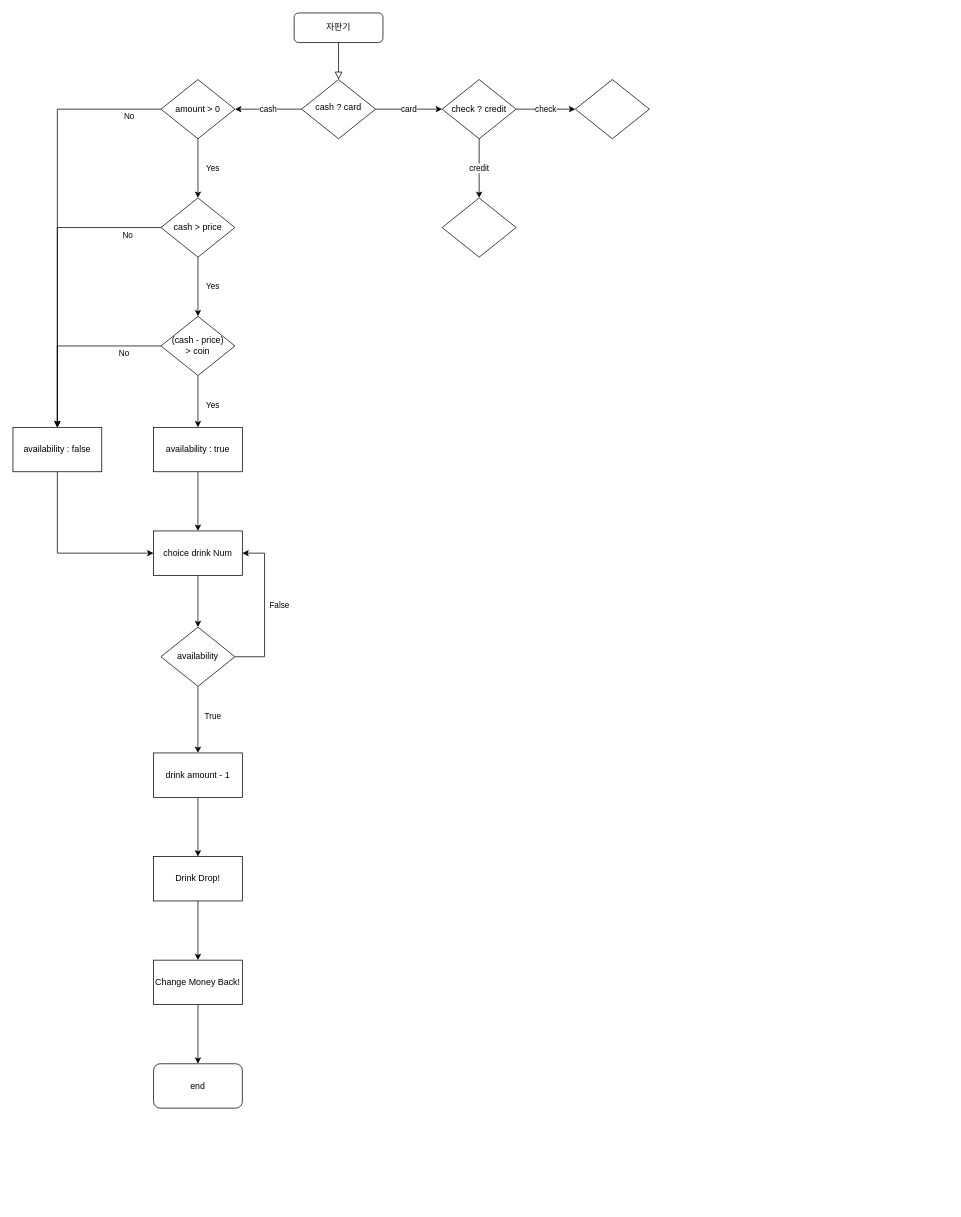
Above: Untitled Diagram.drawio in AbyulStudy/barogo (draw.io), before the change. Source tidied: cells renumbered, new cells numbered last; positions are measured from the earlier drawing's top-left corner, leaving out a move shared by most shapes. Both pictures are drawn from the tidied source at 74%, with x=0, y=0 at pixel (13, 13).
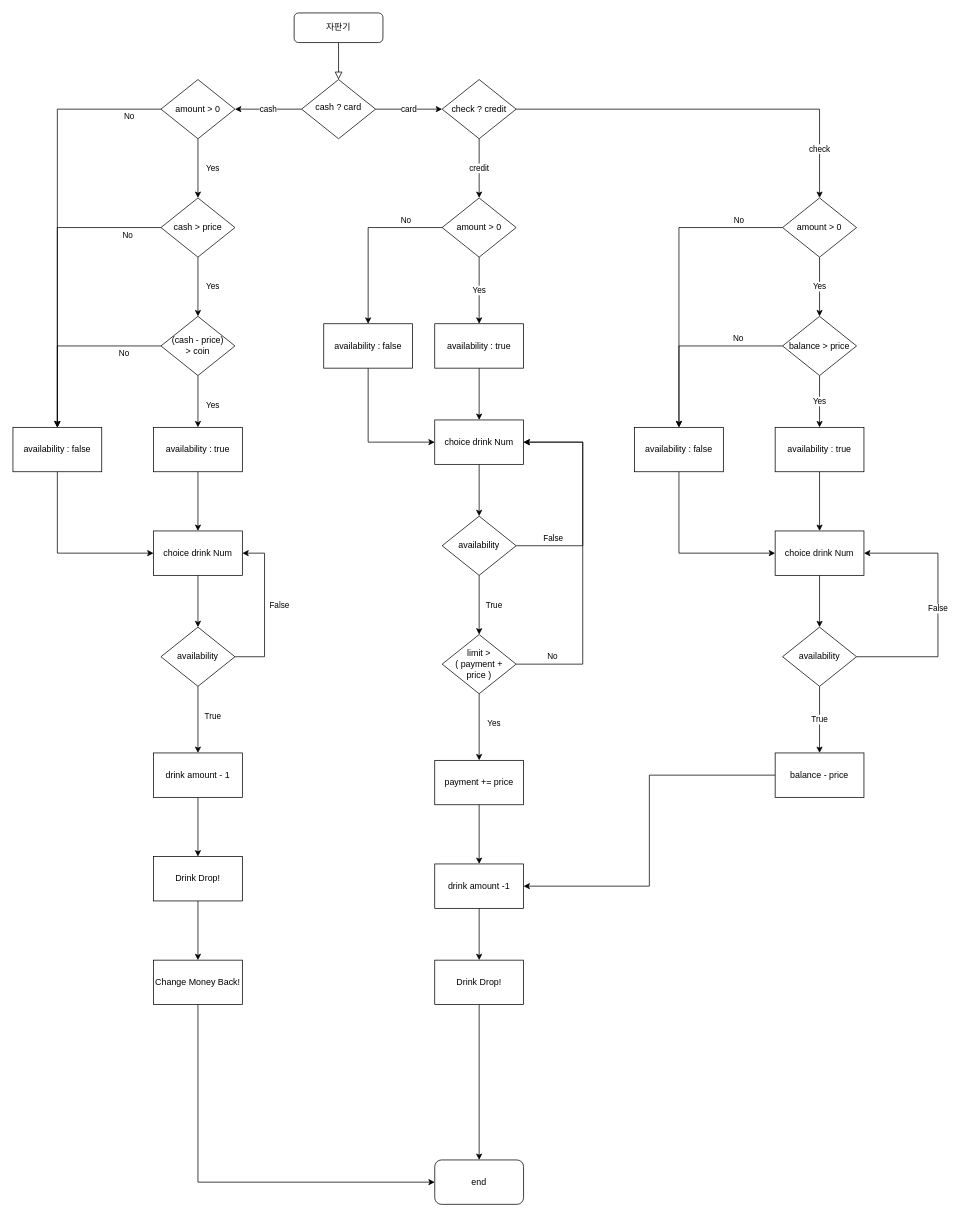
After the change.

The change refers to these unchanged cells:
```xml
<mxCell id="30" value="Change Money Back!" style="whiteSpace=wrap;html=1;" parent="1" vertex="1">
  <mxGeometry x="190" y="1280" width="120" height="60" as="geometry" />
</mxCell>
<mxCell id="34" value="check ? credit" style="rhombus;whiteSpace=wrap;html=1;" parent="1" vertex="1">
  <mxGeometry x="580" y="90" width="100" height="80" as="geometry" />
</mxCell>
```

What changed in the source:
```diff
@@
     <mxCell id="29" style="edgeStyle=orthogonalEdgeStyle;rounded=0;jettySize=auto;html=1;" parent="1" edge="1" source="30" target="31">
-      <mxGeometry relative="1" as="geometry" />
+      <mxGeometry relative="1" as="geometry">
+        <Array as="points">
+          <mxPoint x="250" y="1580" />
+        </Array>
+      </mxGeometry>
     </mxCell>
@@
     <mxCell id="31" value="end" style="rounded=1;whiteSpace=wrap;html=1;" parent="1" vertex="1">
-      <mxGeometry x="190" y="1420" width="120" height="60" as="geometry" />
+      <mxGeometry x="570" y="1550" width="120" height="60" as="geometry" />
     </mxCell>
@@
-    <mxCell id="33" value="check" style="edgeStyle=orthogonalEdgeStyle;rounded=0;jettySize=auto;html=1;" parent="1" edge="1" source="34" target="36">
-      <mxGeometry relative="1" as="geometry" />
+    <mxCell id="33" value="check" style="edgeStyle=orthogonalEdgeStyle;rounded=0;jettySize=auto;html=1;entryX=0.5;entryY=0;entryDx=0;entryDy=0;" parent="1" edge="1" source="34" target="59">
+      <mxGeometry x="0.75" relative="1" as="geometry" />
     </mxCell>
@@
+    <mxCell id="37" value="Yes" style="edgeStyle=orthogonalEdgeStyle;rounded=0;jettySize=auto;html=1;" parent="1" edge="1" source="35" target="40">
+      <mxGeometry relative="1" as="geometry" />
+    </mxCell>
+    <mxCell id="38" value="No" style="edgeStyle=orthogonalEdgeStyle;rounded=0;jettySize=auto;html=1;" parent="1" edge="1" source="35" target="42">
+      <mxGeometry x="-0.57" y="-10" relative="1" as="geometry" />
+    </mxCell>
-    <mxCell id="35" style="rhombus;whiteSpace=wrap;html=1;" parent="1" vertex="1">
+    <mxCell id="35" value="amount &amp;gt; 0" style="rhombus;whiteSpace=wrap;html=1;" parent="1" vertex="1">
       <mxGeometry x="580" y="250" width="100" height="80" as="geometry" />
     </mxCell>
-    <mxCell id="36" style="rhombus;whiteSpace=wrap;html=1;" parent="1" vertex="1">
-      <mxGeometry x="760" y="90" width="100" height="80" as="geometry" />
-    </mxCell>
+    <mxCell id="39" style="edgeStyle=orthogonalEdgeStyle;rounded=0;jettySize=auto;html=1;entryX=0.5;entryY=0;entryDx=0;entryDy=0;" parent="1" edge="1" source="40" target="44">
+      <mxGeometry relative="1" as="geometry" />
+    </mxCell>
+    <mxCell id="40" value="&lt;span&gt;availability : true&lt;/span&gt;" style="whiteSpace=wrap;html=1;" parent="1" vertex="1">
+      <mxGeometry x="570" y="420" width="120" height="60" as="geometry" />
+    </mxCell>
+    <mxCell id="41" style="edgeStyle=orthogonalEdgeStyle;rounded=0;jettySize=auto;html=1;entryX=0;entryY=0.5;entryDx=0;entryDy=0;exitX=0.5;exitY=1;exitDx=0;exitDy=0;" parent="1" edge="1" source="42" target="44">
+      <mxGeometry relative="1" as="geometry" />
+    </mxCell>
+    <mxCell id="42" value="&lt;span style=&quot;font-family: &amp;#34;helvetica&amp;#34;&quot;&gt;availability : false&lt;/span&gt;" style="whiteSpace=wrap;html=1;" parent="1" vertex="1">
+      <mxGeometry x="420" y="420" width="120" height="60" as="geometry" />
+    </mxCell>
+    <mxCell id="43" style="edgeStyle=orthogonalEdgeStyle;rounded=0;jettySize=auto;html=1;" parent="1" edge="1" source="44" target="47">
+      <mxGeometry relative="1" as="geometry" />
+    </mxCell>
+    <mxCell id="44" value="choice drink Num" style="whiteSpace=wrap;html=1;" parent="1" vertex="1">
+      <mxGeometry x="570" y="550" width="120" height="60" as="geometry" />
+    </mxCell>
+    <mxCell id="45" value="False" style="edgeStyle=orthogonalEdgeStyle;rounded=0;jettySize=auto;html=1;exitX=1;exitY=0.5;exitDx=0;exitDy=0;entryX=1;entryY=0.5;entryDx=0;entryDy=0;" parent="1" edge="1" source="47" target="44">
+      <mxGeometry x="-0.68" y="10" relative="1" as="geometry">
+        <Array as="points">
+          <mxPoint x="770" y="720" />
+          <mxPoint x="770" y="580" />
+        </Array>
+      </mxGeometry>
+    </mxCell>
+    <mxCell id="46" value="True" style="edgeStyle=orthogonalEdgeStyle;rounded=0;jettySize=auto;html=1;" parent="1" edge="1" source="47" target="50">
+      <mxGeometry y="20" relative="1" as="geometry" />
+    </mxCell>
+    <mxCell id="47" value="availability" style="rhombus;whiteSpace=wrap;html=1;" parent="1" vertex="1">
+      <mxGeometry x="580" y="680" width="100" height="80" as="geometry" />
+    </mxCell>
+    <mxCell id="48" value="No" style="edgeStyle=orthogonalEdgeStyle;rounded=0;jettySize=auto;html=1;entryX=1;entryY=0.5;entryDx=0;entryDy=0;" parent="1" edge="1" source="50" target="44">
+      <mxGeometry x="-0.79" y="10" relative="1" as="geometry">
+        <Array as="points">
+          <mxPoint x="770" y="880" />
+          <mxPoint x="770" y="580" />
+        </Array>
+      </mxGeometry>
+    </mxCell>
+    <mxCell id="49" value="Yes" style="edgeStyle=orthogonalEdgeStyle;rounded=0;jettySize=auto;html=1;" parent="1" edge="1" source="50" target="52">
+      <mxGeometry x="-0.11" y="20" relative="1" as="geometry" />
+    </mxCell>
+    <mxCell id="50" value="limit &amp;gt;&lt;br&gt;( payment +&lt;br&gt;price )" style="rhombus;whiteSpace=wrap;html=1;" parent="1" vertex="1">
+      <mxGeometry x="580" y="840" width="100" height="80" as="geometry" />
+    </mxCell>
+    <mxCell id="51" style="edgeStyle=orthogonalEdgeStyle;rounded=0;jettySize=auto;html=1;" parent="1" edge="1" source="52" target="54">
+      <mxGeometry relative="1" as="geometry" />
+    </mxCell>
+    <mxCell id="52" value="payment += price" style="whiteSpace=wrap;html=1;" parent="1" vertex="1">
+      <mxGeometry x="570" y="1010" width="120" height="60" as="geometry" />
+    </mxCell>
+    <mxCell id="53" style="edgeStyle=orthogonalEdgeStyle;rounded=0;jettySize=auto;html=1;" parent="1" edge="1" source="54" target="56">
+      <mxGeometry relative="1" as="geometry" />
+    </mxCell>
+    <mxCell id="54" value="drink amount -1" style="whiteSpace=wrap;html=1;" parent="1" vertex="1">
+      <mxGeometry x="570" y="1150" width="120" height="60" as="geometry" />
+    </mxCell>
+    <mxCell id="55" style="edgeStyle=orthogonalEdgeStyle;rounded=0;jettySize=auto;html=1;entryX=0.5;entryY=0;entryDx=0;entryDy=0;" parent="1" edge="1" source="56" target="31">
+      <mxGeometry relative="1" as="geometry" />
+    </mxCell>
+    <mxCell id="56" value="Drink Drop!" style="whiteSpace=wrap;html=1;" parent="1" vertex="1">
+      <mxGeometry x="570" y="1280" width="120" height="60" as="geometry" />
+    </mxCell>
+    <mxCell id="57" value="Yes" style="edgeStyle=orthogonalEdgeStyle;rounded=0;jettySize=auto;html=1;" parent="1" edge="1" source="59" target="62">
+      <mxGeometry relative="1" as="geometry" />
+    </mxCell>
+    <mxCell id="58" value="No" style="edgeStyle=orthogonalEdgeStyle;rounded=0;jettySize=auto;html=1;" parent="1" edge="1" source="59" target="66">
+      <mxGeometry x="-0.71" y="-10" relative="1" as="geometry" />
+    </mxCell>
+    <mxCell id="59" value="amount &amp;gt; 0" style="rhombus;whiteSpace=wrap;html=1;" parent="1" vertex="1">
+      <mxGeometry x="1040" y="250" width="100" height="80" as="geometry" />
+    </mxCell>
+    <mxCell id="60" value="Yes" style="edgeStyle=orthogonalEdgeStyle;rounded=0;jettySize=auto;html=1;" parent="1" edge="1" source="62" target="64">
+      <mxGeometry relative="1" as="geometry" />
+    </mxCell>
+    <mxCell id="61" value="No" style="edgeStyle=orthogonalEdgeStyle;rounded=0;jettySize=auto;html=1;" parent="1" edge="1" source="62" target="66">
+      <mxGeometry x="-0.52" y="-10" relative="1" as="geometry" />
+    </mxCell>
+    <mxCell id="62" value="balance &amp;gt; price" style="rhombus;whiteSpace=wrap;html=1;" parent="1" vertex="1">
+      <mxGeometry x="1040" y="410" width="100" height="80" as="geometry" />
+    </mxCell>
+    <mxCell id="63" style="edgeStyle=orthogonalEdgeStyle;rounded=0;jettySize=auto;html=1;" parent="1" edge="1" source="64" target="68">
+      <mxGeometry relative="1" as="geometry" />
+    </mxCell>
+    <mxCell id="64" value="&lt;span&gt;availability : true&lt;/span&gt;" style="whiteSpace=wrap;html=1;" parent="1" vertex="1">
+      <mxGeometry x="1030" y="560" width="120" height="60" as="geometry" />
+    </mxCell>
+    <mxCell id="65" style="edgeStyle=orthogonalEdgeStyle;rounded=0;jettySize=auto;html=1;entryX=0;entryY=0.5;entryDx=0;entryDy=0;" parent="1" edge="1" source="66" target="68">
+      <mxGeometry relative="1" as="geometry">
+        <Array as="points">
+          <mxPoint x="900" y="730" />
+        </Array>
+      </mxGeometry>
+    </mxCell>
+    <mxCell id="66" value="&lt;span style=&quot;font-family: &amp;#34;helvetica&amp;#34;&quot;&gt;availability : false&lt;/span&gt;" style="whiteSpace=wrap;html=1;" parent="1" vertex="1">
+      <mxGeometry x="840" y="560" width="120" height="60" as="geometry" />
+    </mxCell>
+    <mxCell id="67" style="edgeStyle=orthogonalEdgeStyle;rounded=0;jettySize=auto;html=1;" parent="1" edge="1" source="68" target="71">
+      <mxGeometry relative="1" as="geometry" />
+    </mxCell>
+    <mxCell id="68" value="&lt;span&gt;choice drink Num&lt;/span&gt;" style="whiteSpace=wrap;html=1;" parent="1" vertex="1">
+      <mxGeometry x="1030" y="700" width="120" height="60" as="geometry" />
+    </mxCell>
+    <mxCell id="69" value="False" style="edgeStyle=orthogonalEdgeStyle;rounded=0;jettySize=auto;html=1;exitX=1;exitY=0.5;exitDx=0;exitDy=0;entryX=1;entryY=0.5;entryDx=0;entryDy=0;" parent="1" edge="1" source="71" target="68">
+      <mxGeometry relative="1" as="geometry">
+        <Array as="points">
+          <mxPoint x="1250" y="870" />
+          <mxPoint x="1250" y="730" />
+        </Array>
+      </mxGeometry>
+    </mxCell>
+    <mxCell id="70" value="True" style="edgeStyle=orthogonalEdgeStyle;rounded=0;jettySize=auto;html=1;" parent="1" edge="1" source="71" target="73">
+      <mxGeometry relative="1" as="geometry" />
+    </mxCell>
+    <mxCell id="71" value="availability" style="rhombus;whiteSpace=wrap;html=1;" parent="1" vertex="1">
+      <mxGeometry x="1040" y="830" width="100" height="80" as="geometry" />
+    </mxCell>
+    <mxCell id="72" style="edgeStyle=orthogonalEdgeStyle;rounded=0;jettySize=auto;html=1;entryX=1;entryY=0.5;entryDx=0;entryDy=0;" parent="1" edge="1" source="73" target="54">
+      <mxGeometry relative="1" as="geometry" />
+    </mxCell>
+    <mxCell id="73" value="balance - price" style="whiteSpace=wrap;html=1;" parent="1" vertex="1">
+      <mxGeometry x="1030" y="1000" width="120" height="60" as="geometry" />
+    </mxCell>
```
